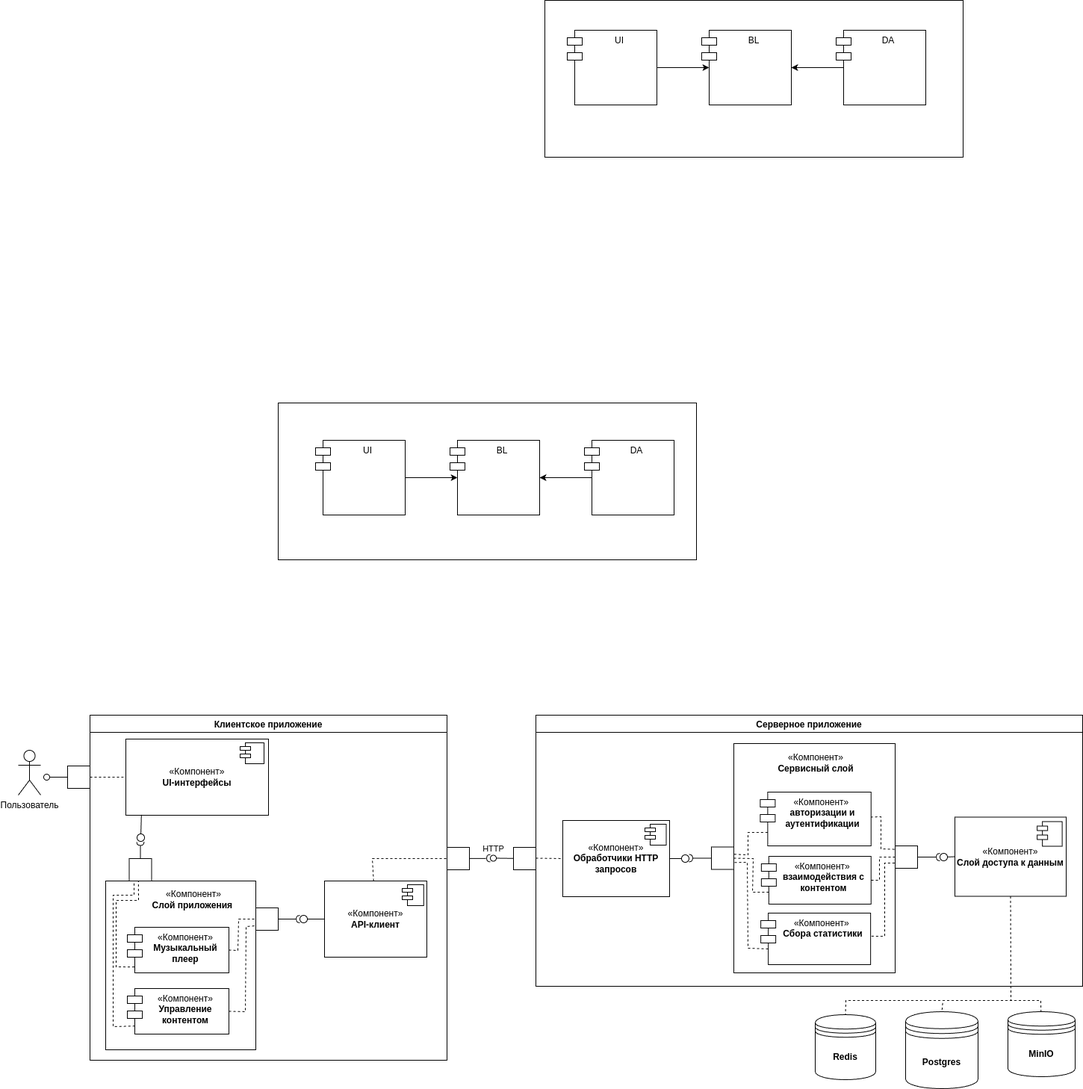
hahaclassic/orpheon keeps this draw.io diagram as diagrams/components/components.drawio.png. Above is the earlier version. Source tidied: cells renumbered, new cells last; positions are measured from the earlier drawing's top-left corner, leaving out a move shared by most shapes.
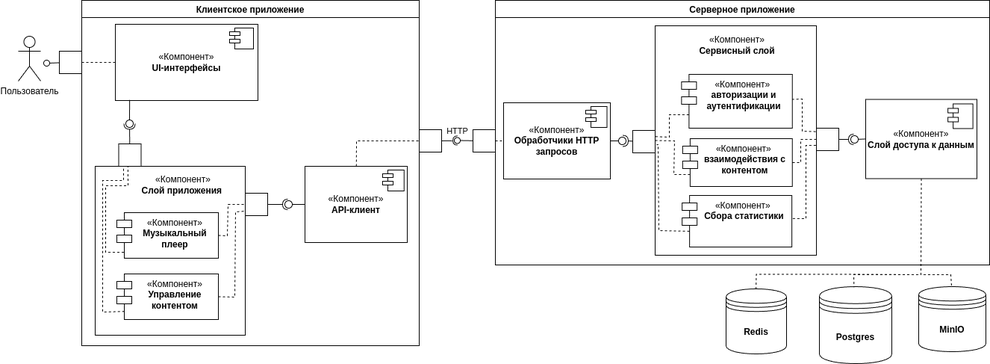
The same file after the commit.

Commit message:
feature/deploy-beta(diagrams): upd

Change to the diagram source:
```diff
@@ -4,43 +4,13 @@
     <mxCell id="1" parent="0" />
-    <mxCell id="2" style="rounded=0;whiteSpace=wrap;html=1;" parent="1" vertex="1">
-      <mxGeometry x="705" width="560" height="210" as="geometry" />
-    </mxCell>
-    <mxCell id="3" value="BL" style="shape=module;align=left;spacingLeft=20;align=center;verticalAlign=top;whiteSpace=wrap;html=1;direction=east;" parent="1" vertex="1">
-      <mxGeometry x="915" y="40" width="120" height="100" as="geometry" />
-    </mxCell>
-    <mxCell id="4" value="UI" style="shape=module;align=left;spacingLeft=20;align=center;verticalAlign=top;whiteSpace=wrap;html=1;direction=east;" parent="1" vertex="1">
-      <mxGeometry x="735" y="40" width="120" height="100" as="geometry" />
-    </mxCell>
-    <mxCell id="5" style="edgeStyle=none;html=1;exitX=0;exitY=0.5;exitDx=10;exitDy=0;exitPerimeter=0;" parent="1" edge="1" source="6" target="3">
-      <mxGeometry relative="1" as="geometry" />
-    </mxCell>
-    <mxCell id="6" value="DA" style="shape=module;align=left;spacingLeft=20;align=center;verticalAlign=top;whiteSpace=wrap;html=1;direction=east;" parent="1" vertex="1">
-      <mxGeometry x="1095" y="40" width="120" height="100" as="geometry" />
-    </mxCell>
-    <mxCell id="7" style="edgeStyle=none;html=1;exitX=1;exitY=0.5;exitDx=0;exitDy=0;entryX=0;entryY=0.5;entryDx=10;entryDy=0;entryPerimeter=0;" parent="1" edge="1" source="4" target="3">
-      <mxGeometry relative="1" as="geometry" />
-    </mxCell>
-    <mxCell id="8" style="rounded=0;whiteSpace=wrap;html=1;" parent="1" vertex="1">
-      <mxGeometry x="348" y="539" width="560" height="210" as="geometry" />
-    </mxCell>
-    <mxCell id="9" value="BL" style="shape=module;align=left;spacingLeft=20;align=center;verticalAlign=top;whiteSpace=wrap;html=1;direction=east;" parent="1" vertex="1">
-      <mxGeometry x="578" y="589" width="120" height="100" as="geometry" />
-    </mxCell>
-    <mxCell id="10" value="UI" style="shape=module;align=left;spacingLeft=20;align=center;verticalAlign=top;whiteSpace=wrap;html=1;direction=east;" parent="1" vertex="1">
-      <mxGeometry x="398" y="589" width="120" height="100" as="geometry" />
-    </mxCell>
-    <mxCell id="11" style="edgeStyle=none;html=1;exitX=0;exitY=0.5;exitDx=10;exitDy=0;exitPerimeter=0;" parent="1" edge="1" source="12" target="9">
-      <mxGeometry relative="1" as="geometry" />
-    </mxCell>
-    <mxCell id="12" value="DA" style="shape=module;align=left;spacingLeft=20;align=center;verticalAlign=top;whiteSpace=wrap;html=1;direction=east;" parent="1" vertex="1">
-      <mxGeometry x="758" y="589" width="120" height="100" as="geometry" />
-    </mxCell>
-    <mxCell id="13" style="edgeStyle=none;html=1;exitX=1;exitY=0.5;exitDx=0;exitDy=0;entryX=0;entryY=0.5;entryDx=10;entryDy=0;entryPerimeter=0;" parent="1" edge="1" source="10" target="9">
-      <mxGeometry relative="1" as="geometry" />
-    </mxCell>
     <mxCell id="14" value="Клиентское приложение" style="swimlane;" parent="1" vertex="1">
-      <mxGeometry x="96" y="957" width="478" height="462" as="geometry" />
+      <mxGeometry x="204" y="961" width="452" height="462" as="geometry" />
     </mxCell>
+    <mxCell id="83" style="shape=requiredInterface;html=1;fontSize=11;align=center;fillColor=none;points=[];verticalAlign=bottom;labelPosition=center;verticalLabelPosition=top;flipH=1;" parent="14" vertex="1">
+      <mxGeometry x="269" y="266" width="7" height="14" as="geometry" />
+    </mxCell>
+    <mxCell id="90" style="shape=requiredInterface;html=1;fontSize=11;align=center;fillColor=none;points=[];verticalAlign=bottom;labelPosition=center;verticalLabelPosition=top;flipH=1;rotation=-90;" parent="14" vertex="1">
+      <mxGeometry x="60.2" y="161.2" width="7.5" height="15" as="geometry" />
+    </mxCell>
     <mxCell id="15" value="Серверное приложение" style="swimlane;" parent="1" vertex="1">
-      <mxGeometry x="693" y="957" width="732" height="363" as="geometry" />
+      <mxGeometry x="758" y="961" width="662" height="354" as="geometry" />
     </mxCell>
@@ -52,2 +22,11 @@
     </mxCell>
+    <mxCell id="103" style="html=1;rounded=0;" parent="15" vertex="1">
+      <mxGeometry x="184" y="174" width="30" height="30" as="geometry" />
+    </mxCell>
+    <mxCell id="104" style="shape=requiredInterface;html=1;fontSize=11;align=center;fillColor=none;points=[];verticalAlign=bottom;labelPosition=center;verticalLabelPosition=top;flipH=1;rotation=-180;" parent="15" vertex="1">
+      <mxGeometry x="170.5" y="180.5" width="7.5" height="15" as="geometry" />
+    </mxCell>
+    <mxCell id="105" style="endArrow=none;html=1;rounded=0;align=center;verticalAlign=top;endFill=0;labelBackgroundColor=none;endSize=2;" parent="15" edge="1" source="103" target="104">
+      <mxGeometry relative="1" as="geometry" />
+    </mxCell>
     <mxCell id="18" style="endArrow=none;html=1;rounded=0;align=center;verticalAlign=top;endFill=0;labelBackgroundColor=none;endSize=2;" parent="1" edge="1" source="36" target="19">
@@ -56,6 +35,6 @@
     <mxCell id="19" value="HTTP" style="ellipse;html=1;fontSize=11;align=center;fillColor=none;points=[];verticalAlign=bottom;labelPosition=center;verticalLabelPosition=top;flipH=1;" parent="1" vertex="1">
-      <mxGeometry x="632" y="1144.5" width="8" height="8" as="geometry" />
+      <mxGeometry x="703" y="1144.5" width="8" height="8" as="geometry" />
     </mxCell>
     <mxCell id="20" style="html=1;rounded=0;" parent="1" vertex="1">
-      <mxGeometry x="574" y="1134" width="30" height="30" as="geometry" />
+      <mxGeometry x="656" y="1134" width="30" height="30" as="geometry" />
     </mxCell>
@@ -65,6 +44,6 @@
     <mxCell id="22" style="shape=requiredInterface;html=1;fontSize=11;align=center;fillColor=none;points=[];verticalAlign=bottom;labelPosition=center;verticalLabelPosition=top;flipH=1;" parent="1" vertex="1">
-      <mxGeometry x="627" y="1143.5" width="5" height="10" as="geometry" />
+      <mxGeometry x="701" y="1142.2" width="6.2" height="12.5" as="geometry" />
     </mxCell>
     <mxCell id="23" style="html=1;rounded=0;" parent="1" vertex="1">
-      <mxGeometry x="66" y="1025" width="30" height="30" as="geometry" />
+      <mxGeometry x="174" y="1029" width="30" height="30" as="geometry" />
     </mxCell>
@@ -74,19 +53,20 @@
     <mxCell id="25" style="ellipse;html=1;fontSize=11;align=center;fillColor=none;points=[];verticalAlign=bottom;labelPosition=center;verticalLabelPosition=top;flipH=1;" parent="1" vertex="1">
-      <mxGeometry x="34" y="1036" width="8" height="8" as="geometry" />
+      <mxGeometry x="153" y="1041" width="8" height="8" as="geometry" />
     </mxCell>
     <mxCell id="26" value="Пользователь" style="shape=umlActor;verticalLabelPosition=bottom;verticalAlign=top;html=1;" parent="1" vertex="1">
-      <mxGeometry y="1004" width="30" height="60" as="geometry" />
+      <mxGeometry x="119" y="1009" width="30" height="60" as="geometry" />
     </mxCell>
     <mxCell id="27" value="&lt;font&gt;&lt;b style=&quot;&quot;&gt;MinIO&lt;/b&gt;&lt;/font&gt;" style="shape=datastore;whiteSpace=wrap;html=1;" parent="1" vertex="1">
-      <mxGeometry x="1325" y="1354" width="90" height="87" as="geometry" />
+      <mxGeometry x="1325" y="1344" width="90" height="87" as="geometry" />
     </mxCell>
     <mxCell id="28" value="&lt;font&gt;&lt;b style=&quot;&quot;&gt;Postgres&lt;/b&gt;&lt;/font&gt;" style="shape=datastore;whiteSpace=wrap;html=1;" parent="1" vertex="1">
-      <mxGeometry x="1188" y="1354" width="97" height="103" as="geometry" />
+      <mxGeometry x="1192" y="1344" width="97" height="103" as="geometry" />
     </mxCell>
-    <mxCell id="29" style="endArrow=none;html=1;rounded=0;align=center;verticalAlign=bottom;dashed=1;endFill=0;labelBackgroundColor=none;entryX=0.5;entryY=0;entryDx=0;entryDy=0;exitX=0.5;exitY=1;exitDx=0;exitDy=0;" parent="1" edge="1" source="57" target="91">
+    <mxCell id="29" style="endArrow=none;html=1;rounded=0;align=center;verticalAlign=bottom;dashed=1;endFill=0;labelBackgroundColor=none;entryX=0.5;entryY=0;entryDx=0;entryDy=0;exitX=0.5;exitY=1;exitDx=0;exitDy=0;" parent="1" edge="1" source="57">
       <mxGeometry relative="1" as="geometry">
+        <mxPoint x="1107" y="1349.9" as="targetPoint" />
         <Array as="points">
-          <mxPoint x="1329" y="1339" />
-          <mxPoint x="1239" y="1339" />
-          <mxPoint x="1108" y="1339" />
+          <mxPoint x="1328" y="1328" />
+          <mxPoint x="1238.5" y="1327.5" />
+          <mxPoint x="1107.5" y="1327.5" />
         </Array>
@@ -98,3 +78,3 @@
     <mxCell id="31" style="group;" parent="1" vertex="1">
-      <mxGeometry x="729" y="1098" width="143" height="102" as="geometry" />
+      <mxGeometry x="769" y="1098" width="143" height="102" as="geometry" />
     </mxCell>
@@ -106,5 +86,5 @@
     </mxCell>
-    <mxCell id="34" style="endArrow=none;html=1;rounded=0;align=center;verticalAlign=bottom;dashed=1;endFill=0;labelBackgroundColor=none;entryX=0;entryY=0.5;entryDx=0;entryDy=0;exitX=1;exitY=0.5;exitDx=0;exitDy=0;" parent="1" edge="1" target="32">
+    <mxCell id="34" style="endArrow=none;html=1;rounded=0;align=center;verticalAlign=bottom;dashed=1;endFill=0;labelBackgroundColor=none;entryX=0;entryY=0.5;entryDx=0;entryDy=0;" parent="1" edge="1" target="32">
       <mxGeometry relative="1" as="geometry">
-        <mxPoint x="693" y="1148.5" as="sourcePoint" />
+        <mxPoint x="758" y="1149" as="sourcePoint" />
       </mxGeometry>
@@ -115,6 +95,6 @@
     <mxCell id="36" style="html=1;rounded=0;" parent="1" vertex="1">
-      <mxGeometry x="663" y="1134" width="30" height="30" as="geometry" />
+      <mxGeometry x="728" y="1134" width="30" height="30" as="geometry" />
     </mxCell>
     <mxCell id="37" value="&#10;" style="group;" parent="1" vertex="1">
-      <mxGeometry x="958" y="995" width="276" height="307" as="geometry" />
+      <mxGeometry x="972" y="995" width="276" height="307" as="geometry" />
     </mxCell>
@@ -142,3 +122,3 @@
     <mxCell id="45" style="shape=requiredInterface;html=1;fontSize=11;align=center;fillColor=none;points=[];verticalAlign=bottom;labelPosition=center;verticalLabelPosition=top;flipH=1;" parent="37" vertex="1">
-      <mxGeometry x="271" y="147" width="5" height="10" as="geometry" />
+      <mxGeometry x="259" y="145" width="7" height="14" as="geometry" />
     </mxCell>
@@ -209,3 +189,3 @@
     <mxCell id="59" style="group;" parent="1" vertex="1">
-      <mxGeometry x="410" y="1179" width="137" height="102" as="geometry" />
+      <mxGeometry x="503" y="1183" width="137" height="102" as="geometry" />
     </mxCell>
@@ -220,3 +200,3 @@
         <Array as="points">
-          <mxPoint x="474" y="1149" />
+          <mxPoint x="572" y="1149" />
         </Array>
@@ -227,13 +207,5 @@
     </mxCell>
-    <mxCell id="64" style="html=1;rounded=0;rotation=-180;" parent="1" vertex="1">
-      <mxGeometry x="928" y="1133.5" width="30" height="30" as="geometry" />
-    </mxCell>
-    <mxCell id="65" style="endArrow=none;html=1;rounded=0;align=center;verticalAlign=top;endFill=0;labelBackgroundColor=none;endSize=2;" parent="1" edge="1" source="64" target="66">
-      <mxGeometry relative="1" as="geometry" />
-    </mxCell>
-    <mxCell id="66" style="shape=requiredInterface;html=1;fontSize=11;align=center;fillColor=none;points=[];verticalAlign=bottom;labelPosition=center;verticalLabelPosition=top;flipH=1;rotation=-179;" parent="1" vertex="1">
-      <mxGeometry x="898" y="1143.5" width="5" height="10" as="geometry" />
-    </mxCell>
-    <mxCell id="67" style="endArrow=none;html=1;rounded=0;align=center;verticalAlign=bottom;dashed=1;endFill=0;labelBackgroundColor=none;exitX=0.067;exitY=0.695;exitDx=0;exitDy=0;exitPerimeter=0;entryX=0.005;entryY=0.308;entryDx=0;entryDy=0;entryPerimeter=0;" parent="1" edge="1" source="41" target="64">
+    <mxCell id="67" style="endArrow=none;html=1;rounded=0;align=center;verticalAlign=bottom;dashed=1;endFill=0;labelBackgroundColor=none;exitX=0.067;exitY=0.695;exitDx=0;exitDy=0;exitPerimeter=0;entryX=0.005;entryY=0.308;entryDx=0;entryDy=0;entryPerimeter=0;" parent="1" edge="1" source="41">
       <mxGeometry relative="1" as="geometry">
+        <mxPoint x="973.9" y="1154.3" as="targetPoint" />
         <Array as="points">
@@ -248,3 +220,3 @@
     <mxCell id="69" style="group;" parent="1" vertex="1">
-      <mxGeometry x="117" y="1179" width="201" height="226" as="geometry" />
+      <mxGeometry x="222" y="1183" width="201" height="226" as="geometry" />
     </mxCell>
@@ -287,3 +259,3 @@
     <mxCell id="78" style="group;" parent="1" vertex="1">
-      <mxGeometry x="144" y="989" width="191" height="102" as="geometry" />
+      <mxGeometry x="249" y="993" width="191" height="102" as="geometry" />
     </mxCell>
@@ -296,3 +268,3 @@
     <mxCell id="81" style="html=1;rounded=0;" parent="1" vertex="1">
-      <mxGeometry x="318" y="1215" width="30" height="30" as="geometry" />
+      <mxGeometry x="423" y="1219" width="30" height="30" as="geometry" />
     </mxCell>
@@ -301,12 +273,4 @@
     </mxCell>
-    <mxCell id="83" style="shape=requiredInterface;html=1;fontSize=11;align=center;fillColor=none;points=[];verticalAlign=bottom;labelPosition=center;verticalLabelPosition=top;flipH=1;" parent="1" vertex="1">
-      <mxGeometry x="372" y="1225" width="5" height="10" as="geometry" />
-    </mxCell>
-    <mxCell id="84" style="rounded=0;jettySize=auto;html=1;endArrow=oval;endFill=0;sketch=0;sourcePerimeterSpacing=0;targetPerimeterSpacing=0;endSize=10;exitX=0;exitY=0.5;exitDx=0;exitDy=0;" parent="1" edge="1" source="60">
-      <mxGeometry relative="1" as="geometry">
-        <mxPoint x="382" y="1230" as="targetPoint" />
-      </mxGeometry>
-    </mxCell>
     <mxCell id="85" style="ellipse;whiteSpace=wrap;html=1;align=center;fillColor=none;strokeColor=none;perimeter=centerPerimeter;" parent="1" vertex="1">
-      <mxGeometry x="415" y="1303" width="10" height="10" as="geometry" />
+      <mxGeometry x="497" y="1307" width="10" height="10" as="geometry" />
     </mxCell>
@@ -314,6 +278,6 @@
       <mxGeometry relative="1" as="geometry">
-        <mxPoint x="318" y="1239" as="targetPoint" />
+        <mxPoint x="423" y="1243" as="targetPoint" />
         <Array as="points">
-          <mxPoint x="304" y="1354" />
-          <mxPoint x="305" y="1240" />
+          <mxPoint x="409" y="1358" />
+          <mxPoint x="410" y="1244" />
         </Array>
@@ -325,3 +289,3 @@
     <mxCell id="88" style="html=1;rounded=0;" parent="1" vertex="1">
-      <mxGeometry x="148.5" y="1149" width="30" height="30" as="geometry" />
+      <mxGeometry x="253.5" y="1153" width="30" height="30" as="geometry" />
     </mxCell>
@@ -330,7 +294,4 @@
     </mxCell>
-    <mxCell id="90" style="shape=requiredInterface;html=1;fontSize=11;align=center;fillColor=none;points=[];verticalAlign=bottom;labelPosition=center;verticalLabelPosition=top;flipH=1;rotation=-90;" parent="1" vertex="1">
-      <mxGeometry x="161" y="1124" width="5" height="10" as="geometry" />
-    </mxCell>
     <mxCell id="91" value="&lt;font&gt;&lt;b style=&quot;&quot;&gt;Redis&lt;/b&gt;&lt;/font&gt;" style="shape=datastore;whiteSpace=wrap;html=1;" parent="1" vertex="1">
-      <mxGeometry x="1067" y="1358" width="81" height="87" as="geometry" />
+      <mxGeometry x="1067" y="1347" width="81" height="87" as="geometry" />
     </mxCell>
@@ -343,8 +304,8 @@
       <mxGeometry relative="1" as="geometry">
-        <mxPoint x="893" y="1149" as="targetPoint" />
+        <mxPoint x="928" y="1149" as="targetPoint" />
       </mxGeometry>
     </mxCell>
-    <mxCell id="94" style="rounded=0;jettySize=auto;html=1;endArrow=oval;endFill=0;sketch=0;sourcePerimeterSpacing=0;targetPerimeterSpacing=0;endSize=10;exitX=0.109;exitY=0.994;exitDx=0;exitDy=0;exitPerimeter=0;" parent="1" edge="1" source="79">
+    <mxCell id="94" style="rounded=0;jettySize=auto;html=1;endArrow=oval;endFill=0;sketch=0;sourcePerimeterSpacing=0;targetPerimeterSpacing=0;endSize=10;exitX=0.1;exitY=0.993;exitDx=0;exitDy=0;exitPerimeter=0;" parent="1" edge="1" source="79">
       <mxGeometry relative="1" as="geometry">
-        <mxPoint x="164" y="1121" as="targetPoint" />
+        <mxPoint x="268" y="1126" as="targetPoint" />
       </mxGeometry>
@@ -359,7 +320,7 @@
       <mxGeometry relative="1" as="geometry">
-        <mxPoint x="155" y="1179" as="targetPoint" />
+        <mxPoint x="260" y="1183" as="targetPoint" />
         <Array as="points">
-          <mxPoint x="127" y="1374" />
-          <mxPoint x="127" y="1198" />
-          <mxPoint x="155" y="1198" />
+          <mxPoint x="232" y="1378" />
+          <mxPoint x="232" y="1202" />
+          <mxPoint x="260" y="1202" />
         </Array>
@@ -370,7 +331,7 @@
     </mxCell>
-    <mxCell id="99" style="endArrow=none;html=1;rounded=0;align=center;verticalAlign=bottom;dashed=1;endFill=0;labelBackgroundColor=none;entryX=0.5;entryY=0;entryDx=0;entryDy=0;exitX=0.5;exitY=1;exitDx=0;exitDy=0;" parent="1" edge="1" source="57" target="28">
+    <mxCell id="99" style="endArrow=none;html=1;rounded=0;align=center;verticalAlign=bottom;dashed=1;endFill=0;labelBackgroundColor=none;entryX=0.478;entryY=0.008;entryDx=0;entryDy=0;entryPerimeter=0;exitX=0.5;exitY=1;exitDx=0;exitDy=0;" parent="1" edge="1" source="57" target="28">
       <mxGeometry relative="1" as="geometry">
         <Array as="points">
-          <mxPoint x="1329" y="1339" />
-          <mxPoint x="1238" y="1339" />
+          <mxPoint x="1328" y="1328" />
+          <mxPoint x="1238" y="1328" />
         </Array>
@@ -381,7 +342,8 @@
     </mxCell>
-    <mxCell id="101" style="endArrow=none;html=1;rounded=0;align=center;verticalAlign=bottom;dashed=1;endFill=0;labelBackgroundColor=none;exitX=0.5;exitY=1;exitDx=0;exitDy=0;" parent="1" edge="1" source="57" target="27">
+    <mxCell id="101" style="endArrow=none;html=1;rounded=0;align=center;verticalAlign=bottom;dashed=1;endFill=0;labelBackgroundColor=none;exitX=0.5;exitY=1;exitDx=0;exitDy=0;" parent="1" edge="1" source="57">
       <mxGeometry relative="1" as="geometry">
+        <mxPoint x="1369" y="1344" as="targetPoint" />
         <Array as="points">
-          <mxPoint x="1329" y="1339" />
-          <mxPoint x="1369" y="1339" />
+          <mxPoint x="1328" y="1328" />
+          <mxPoint x="1368" y="1328" />
         </Array>
@@ -392,2 +354,7 @@
     </mxCell>
+    <mxCell id="106" style="rounded=0;jettySize=auto;html=1;endArrow=oval;endFill=0;sketch=0;sourcePerimeterSpacing=0;targetPerimeterSpacing=0;endSize=10;exitX=0;exitY=0.5;exitDx=0;exitDy=0;" parent="1" edge="1" source="60">
+      <mxGeometry relative="1" as="geometry">
+        <mxPoint x="481" y="1234" as="targetPoint" />
+      </mxGeometry>
+    </mxCell>
   </root>
```
